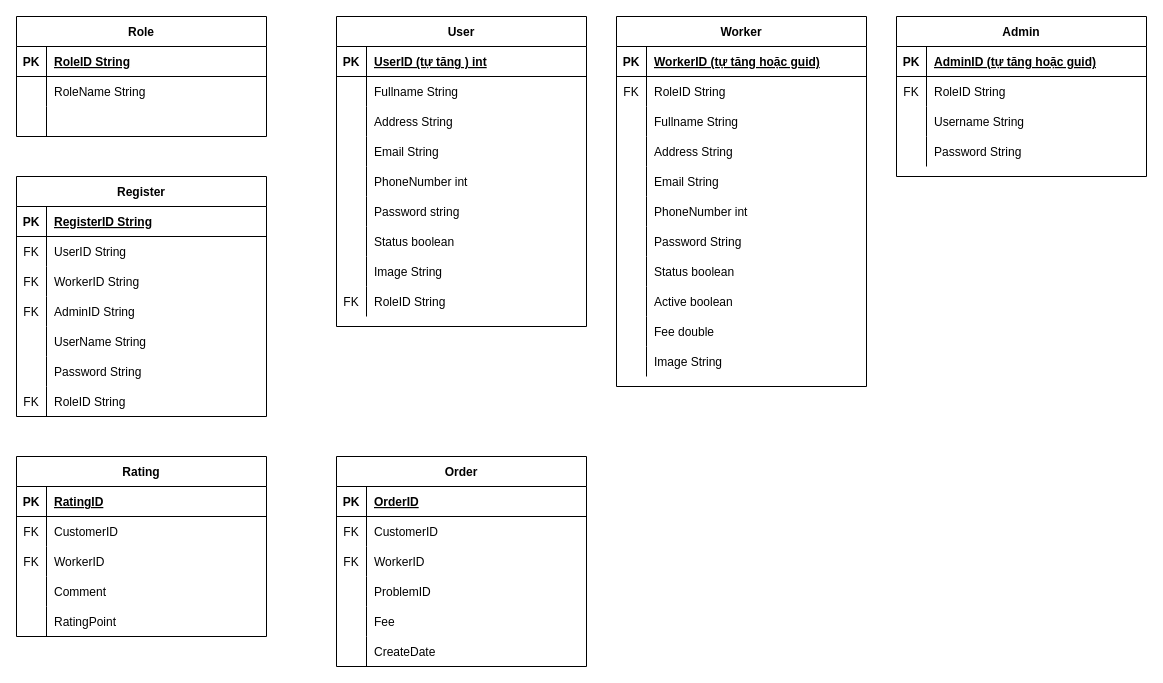
tan0976861/RepairHomeElectricsBooking keeps this draw.io diagram as Database_Version1.drawio. Above is the earlier version. Source tidied: cells renumbered, new cells numbered last; positions are measured from the earlier drawing's top-left corner, leaving out a move shared by most shapes. Both pictures are drawn from the tidied source at 100%, with x=0, y=0 at pixel (16, 16).
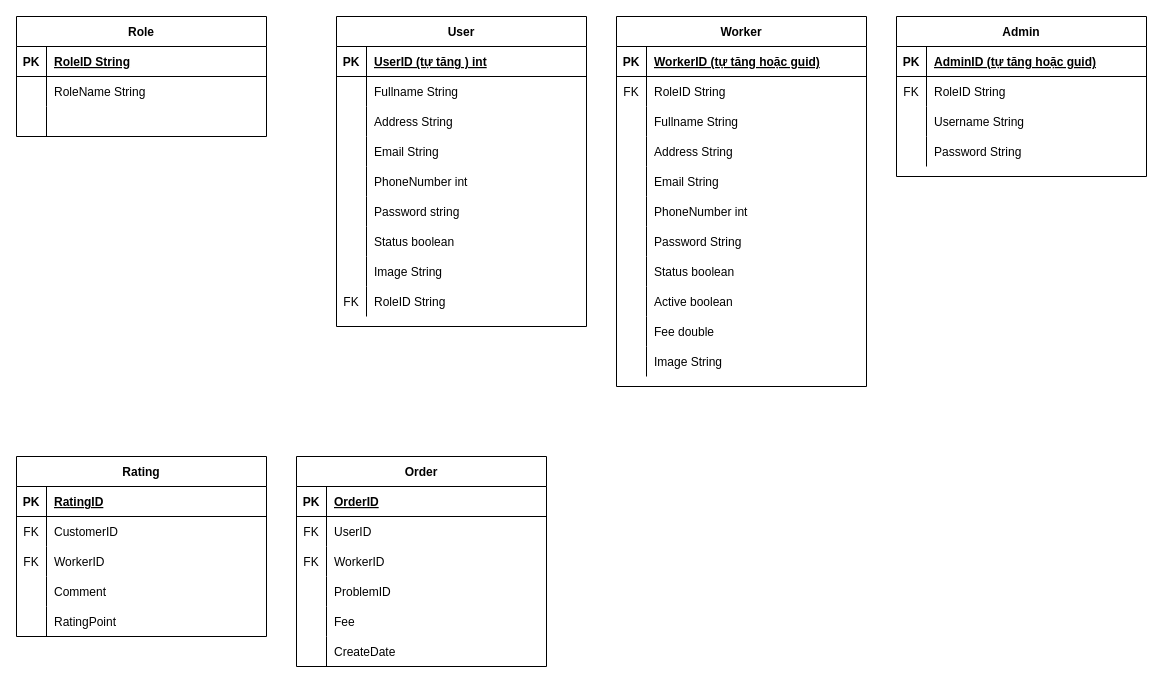
The same diagram, later.

The change refers to these unchanged cells:
```xml
<mxCell id="107" style="shape=partialRectangle;fillColor=none;top=0;left=0;right=0;bottom=0;" parent="103" vertex="1">
  <mxGeometry y="60" width="250" height="30" as="geometry" />
</mxCell>
```

The edit, as a diff of the source:
```diff
@@
     <mxCell id="103" value="Order" style="shape=table;startSize=30;childLayout=tableLayout;rowLines=0;fontStyle=1;align=center;" parent="1" vertex="1">
-      <mxGeometry x="320" y="440" width="250" height="210" as="geometry" />
+      <mxGeometry x="280" y="440" width="250" height="210" as="geometry" />
     </mxCell>
@@
-    <mxCell id="109" value="CustomerID" style="shape=partialRectangle;overflow=hidden;fillColor=none;top=0;left=0;bottom=0;right=0;align=left;spacingLeft=6;" parent="107" vertex="1">
+    <mxCell id="109" value="UserID" style="shape=partialRectangle;overflow=hidden;fillColor=none;top=0;left=0;bottom=0;right=0;align=left;spacingLeft=6;" parent="107" vertex="1">
       <mxGeometry x="30" width="220" height="30" as="geometry" />
     </mxCell>
@@
-    <mxCell id="122" value="Register" style="shape=table;startSize=30;childLayout=tableLayout;rowLines=0;fontStyle=1;align=center;" parent="1" vertex="1">
-      <mxGeometry y="160" width="250" height="240" as="geometry" />
-    </mxCell>
-    <mxCell id="123" style="shape=partialRectangle;fillColor=none;top=0;left=0;right=0;bottom=1;" parent="122" vertex="1">
-      <mxGeometry y="30" width="250" height="30" as="geometry" />
-    </mxCell>
-    <mxCell id="124" value="PK" style="shape=partialRectangle;overflow=hidden;fillColor=none;top=0;left=0;bottom=0;right=0;fontStyle=1;" parent="123" vertex="1">
-      <mxGeometry width="30" height="30" as="geometry" />
-    </mxCell>
-    <mxCell id="125" value="RegisterID String" style="shape=partialRectangle;overflow=hidden;fillColor=none;top=0;left=0;bottom=0;right=0;align=left;spacingLeft=6;fontStyle=5;" parent="123" vertex="1">
-      <mxGeometry x="30" width="220" height="30" as="geometry" />
-    </mxCell>
-    <mxCell id="126" style="shape=partialRectangle;fillColor=none;top=0;left=0;right=0;bottom=0;" parent="122" vertex="1">
-      <mxGeometry y="60" width="250" height="30" as="geometry" />
-    </mxCell>
-    <mxCell id="127" value="FK" style="shape=partialRectangle;overflow=hidden;fillColor=none;top=0;left=0;bottom=0;right=0;" parent="126" vertex="1">
-      <mxGeometry width="30" height="30" as="geometry" />
-    </mxCell>
-    <mxCell id="128" value="UserID String" style="shape=partialRectangle;overflow=hidden;fillColor=none;top=0;left=0;bottom=0;right=0;align=left;spacingLeft=6;" parent="126" vertex="1">
-      <mxGeometry x="30" width="220" height="30" as="geometry" />
-    </mxCell>
-    <mxCell id="129" style="shape=partialRectangle;fillColor=none;top=0;left=0;right=0;bottom=0;" parent="122" vertex="1">
-      <mxGeometry y="90" width="250" height="30" as="geometry" />
-    </mxCell>
-    <mxCell id="130" value="FK" style="shape=partialRectangle;overflow=hidden;fillColor=none;top=0;left=0;bottom=0;right=0;" parent="129" vertex="1">
-      <mxGeometry width="30" height="30" as="geometry" />
-    </mxCell>
-    <mxCell id="131" value="WorkerID String" style="shape=partialRectangle;overflow=hidden;fillColor=none;top=0;left=0;bottom=0;right=0;align=left;spacingLeft=6;" parent="129" vertex="1">
-      <mxGeometry x="30" width="220" height="30" as="geometry" />
-    </mxCell>
-    <mxCell id="132" style="shape=partialRectangle;fillColor=none;top=0;left=0;right=0;bottom=0;" parent="122" vertex="1">
-      <mxGeometry y="120" width="250" height="30" as="geometry" />
-    </mxCell>
-    <mxCell id="133" value="FK" style="shape=partialRectangle;overflow=hidden;fillColor=none;top=0;left=0;bottom=0;right=0;" parent="132" vertex="1">
-      <mxGeometry width="30" height="30" as="geometry" />
-    </mxCell>
-    <mxCell id="134" value="AdminID String" style="shape=partialRectangle;overflow=hidden;fillColor=none;top=0;left=0;bottom=0;right=0;align=left;spacingLeft=6;" parent="132" vertex="1">
-      <mxGeometry x="30" width="220" height="30" as="geometry" />
-    </mxCell>
-    <mxCell id="135" style="shape=partialRectangle;fillColor=none;top=0;left=0;right=0;bottom=0;" parent="122" vertex="1">
-      <mxGeometry y="150" width="250" height="30" as="geometry" />
-    </mxCell>
-    <mxCell id="136" style="shape=partialRectangle;overflow=hidden;fillColor=none;top=0;left=0;bottom=0;right=0;" parent="135" vertex="1">
-      <mxGeometry width="30" height="30" as="geometry" />
-    </mxCell>
-    <mxCell id="137" value="UserName String" style="shape=partialRectangle;overflow=hidden;fillColor=none;top=0;left=0;bottom=0;right=0;align=left;spacingLeft=6;" parent="135" vertex="1">
-      <mxGeometry x="30" width="220" height="30" as="geometry" />
-    </mxCell>
-    <mxCell id="138" style="shape=partialRectangle;fillColor=none;top=0;left=0;right=0;bottom=0;" parent="122" vertex="1">
-      <mxGeometry y="180" width="250" height="30" as="geometry" />
-    </mxCell>
-    <mxCell id="139" style="shape=partialRectangle;overflow=hidden;fillColor=none;top=0;left=0;bottom=0;right=0;" parent="138" vertex="1">
-      <mxGeometry width="30" height="30" as="geometry" />
-    </mxCell>
-    <mxCell id="140" value="Password String" style="shape=partialRectangle;overflow=hidden;fillColor=none;top=0;left=0;bottom=0;right=0;align=left;spacingLeft=6;" parent="138" vertex="1">
-      <mxGeometry x="30" width="220" height="30" as="geometry" />
-    </mxCell>
-    <mxCell id="141" style="shape=partialRectangle;fillColor=none;top=0;left=0;right=0;bottom=0;" parent="122" vertex="1">
-      <mxGeometry y="210" width="250" height="30" as="geometry" />
-    </mxCell>
-    <mxCell id="142" value="FK" style="shape=partialRectangle;overflow=hidden;fillColor=none;top=0;left=0;bottom=0;right=0;" parent="141" vertex="1">
-      <mxGeometry width="30" height="30" as="geometry" />
-    </mxCell>
-    <mxCell id="143" value="RoleID String" style="shape=partialRectangle;overflow=hidden;fillColor=none;top=0;left=0;bottom=0;right=0;align=left;spacingLeft=6;" parent="141" vertex="1">
-      <mxGeometry x="30" width="220" height="30" as="geometry" />
-    </mxCell>
```
